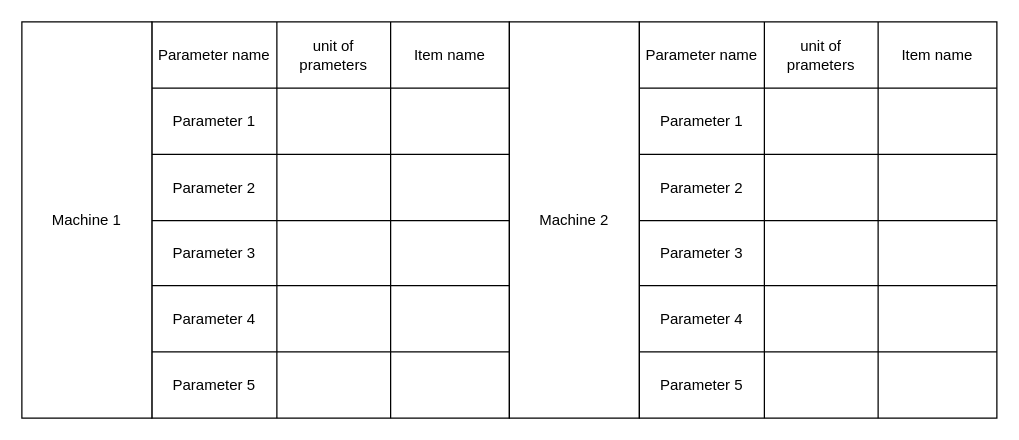
This is Machining parameters.drawio from amerezoji1362/drawio-github, a draw.io file, before an edit. Source tidied: cells renumbered, new cells numbered last; positions are measured from the earlier drawing's top-left corner, leaving out a move shared by most shapes. Both pictures are drawn from the tidied source at 125%, with x=0, y=0 at pixel (21, 21).
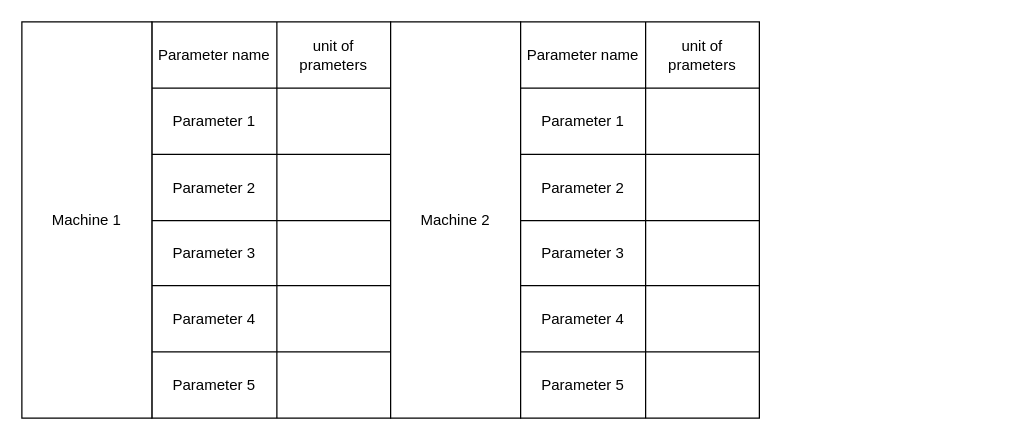
The same diagram, later.

What changed in the source:
```diff
@@
     <mxCell id="2" style="shape=table;startSize=0;childLayout=tableLayout;" parent="1" vertex="1">
-      <mxGeometry x="104" width="286" height="317" as="geometry" />
+      <mxGeometry x="104" width="191" height="317" as="geometry" />
     </mxCell>
     <mxCell id="3" style="shape=partialRectangle;fillColor=none;top=0;left=0;bottom=0;right=0;" parent="2" vertex="1">
-      <mxGeometry width="286" height="53" as="geometry" />
+      <mxGeometry width="191" height="53" as="geometry" />
     </mxCell>
@@
-    <mxCell id="6" value="Item name" style="shape=partialRectangle;html=1;whiteSpace=wrap;overflow=hidden;fillColor=none;top=0;left=0;bottom=0;right=0;" parent="3" vertex="1">
-      <mxGeometry x="191" width="95" height="53" as="geometry" />
-    </mxCell>
     <mxCell id="7" style="shape=partialRectangle;fillColor=none;top=0;left=0;bottom=0;right=0;" parent="2" vertex="1">
-      <mxGeometry y="53" width="286" height="53" as="geometry" />
+      <mxGeometry y="53" width="191" height="53" as="geometry" />
     </mxCell>
@@
-    <mxCell id="10" style="shape=partialRectangle;html=1;whiteSpace=wrap;overflow=hidden;fillColor=none;top=0;left=0;bottom=0;right=0;" parent="7" vertex="1">
-      <mxGeometry x="191" width="95" height="53" as="geometry" />
-    </mxCell>
     <mxCell id="11" style="shape=partialRectangle;fillColor=none;top=0;left=0;bottom=0;right=0;" parent="2" vertex="1">
-      <mxGeometry y="106" width="286" height="53" as="geometry" />
+      <mxGeometry y="106" width="191" height="53" as="geometry" />
     </mxCell>
@@
-    <mxCell id="14" style="shape=partialRectangle;html=1;whiteSpace=wrap;overflow=hidden;fillColor=none;top=0;left=0;bottom=0;right=0;" parent="11" vertex="1">
-      <mxGeometry x="191" width="95" height="53" as="geometry" />
-    </mxCell>
     <mxCell id="15" style="shape=partialRectangle;fillColor=none;top=0;left=0;bottom=0;right=0;" parent="2" vertex="1">
-      <mxGeometry y="159" width="286" height="52" as="geometry" />
+      <mxGeometry y="159" width="191" height="52" as="geometry" />
     </mxCell>
@@
-    <mxCell id="18" style="shape=partialRectangle;html=1;whiteSpace=wrap;overflow=hidden;fillColor=none;top=0;left=0;bottom=0;right=0;" parent="15" vertex="1">
-      <mxGeometry x="191" width="95" height="52" as="geometry" />
-    </mxCell>
     <mxCell id="19" style="shape=partialRectangle;fillColor=none;top=0;left=0;bottom=0;right=0;" parent="2" vertex="1">
-      <mxGeometry y="211" width="286" height="53" as="geometry" />
+      <mxGeometry y="211" width="191" height="53" as="geometry" />
     </mxCell>
@@
-    <mxCell id="22" style="shape=partialRectangle;html=1;whiteSpace=wrap;overflow=hidden;fillColor=none;top=0;left=0;bottom=0;right=0;" parent="19" vertex="1">
-      <mxGeometry x="191" width="95" height="53" as="geometry" />
-    </mxCell>
     <mxCell id="23" style="shape=partialRectangle;fillColor=none;top=0;left=0;bottom=0;right=0;" parent="2" vertex="1">
-      <mxGeometry y="264" width="286" height="53" as="geometry" />
+      <mxGeometry y="264" width="191" height="53" as="geometry" />
     </mxCell>
@@
-    <mxCell id="26" style="shape=partialRectangle;html=1;whiteSpace=wrap;overflow=hidden;fillColor=none;top=0;left=0;bottom=0;right=0;" parent="23" vertex="1">
-      <mxGeometry x="191" width="95" height="53" as="geometry" />
-    </mxCell>
@@
     <mxCell id="30" style="shape=table;startSize=0;childLayout=tableLayout;" parent="1" vertex="1">
-      <mxGeometry x="390" width="104" height="317" as="geometry" />
+      <mxGeometry x="295" width="104" height="317" as="geometry" />
     </mxCell>
@@
     <mxCell id="33" style="shape=table;startSize=0;childLayout=tableLayout;" parent="1" vertex="1">
-      <mxGeometry x="494" width="286" height="317" as="geometry" />
+      <mxGeometry x="399" width="191" height="317" as="geometry" />
     </mxCell>
     <mxCell id="34" style="shape=partialRectangle;fillColor=none;top=0;left=0;bottom=0;right=0;" parent="33" vertex="1">
-      <mxGeometry width="286" height="53" as="geometry" />
+      <mxGeometry width="191" height="53" as="geometry" />
     </mxCell>
@@
-    <mxCell id="37" value="Item name" style="shape=partialRectangle;html=1;whiteSpace=wrap;overflow=hidden;fillColor=none;top=0;left=0;bottom=0;right=0;" parent="34" vertex="1">
-      <mxGeometry x="191" width="95" height="53" as="geometry" />
-    </mxCell>
     <mxCell id="38" style="shape=partialRectangle;fillColor=none;top=0;left=0;bottom=0;right=0;" parent="33" vertex="1">
-      <mxGeometry y="53" width="286" height="53" as="geometry" />
+      <mxGeometry y="53" width="191" height="53" as="geometry" />
     </mxCell>
@@
-    <mxCell id="41" style="shape=partialRectangle;html=1;whiteSpace=wrap;overflow=hidden;fillColor=none;top=0;left=0;bottom=0;right=0;" parent="38" vertex="1">
-      <mxGeometry x="191" width="95" height="53" as="geometry" />
-    </mxCell>
     <mxCell id="42" style="shape=partialRectangle;fillColor=none;top=0;left=0;bottom=0;right=0;" parent="33" vertex="1">
-      <mxGeometry y="106" width="286" height="53" as="geometry" />
+      <mxGeometry y="106" width="191" height="53" as="geometry" />
     </mxCell>
@@
-    <mxCell id="45" style="shape=partialRectangle;html=1;whiteSpace=wrap;overflow=hidden;fillColor=none;top=0;left=0;bottom=0;right=0;" parent="42" vertex="1">
-      <mxGeometry x="191" width="95" height="53" as="geometry" />
-    </mxCell>
     <mxCell id="46" style="shape=partialRectangle;fillColor=none;top=0;left=0;bottom=0;right=0;" parent="33" vertex="1">
-      <mxGeometry y="159" width="286" height="52" as="geometry" />
+      <mxGeometry y="159" width="191" height="52" as="geometry" />
     </mxCell>
@@
-    <mxCell id="49" style="shape=partialRectangle;html=1;whiteSpace=wrap;overflow=hidden;fillColor=none;top=0;left=0;bottom=0;right=0;" parent="46" vertex="1">
-      <mxGeometry x="191" width="95" height="52" as="geometry" />
-    </mxCell>
     <mxCell id="50" style="shape=partialRectangle;fillColor=none;top=0;left=0;bottom=0;right=0;" parent="33" vertex="1">
-      <mxGeometry y="211" width="286" height="53" as="geometry" />
+      <mxGeometry y="211" width="191" height="53" as="geometry" />
     </mxCell>
@@
-    <mxCell id="53" style="shape=partialRectangle;html=1;whiteSpace=wrap;overflow=hidden;fillColor=none;top=0;left=0;bottom=0;right=0;" parent="50" vertex="1">
-      <mxGeometry x="191" width="95" height="53" as="geometry" />
-    </mxCell>
     <mxCell id="54" style="shape=partialRectangle;fillColor=none;top=0;left=0;bottom=0;right=0;" parent="33" vertex="1">
-      <mxGeometry y="264" width="286" height="53" as="geometry" />
+      <mxGeometry y="264" width="191" height="53" as="geometry" />
     </mxCell>
@@
-    <mxCell id="57" style="shape=partialRectangle;html=1;whiteSpace=wrap;overflow=hidden;fillColor=none;top=0;left=0;bottom=0;right=0;" parent="54" vertex="1">
-      <mxGeometry x="191" width="95" height="53" as="geometry" />
-    </mxCell>
```
